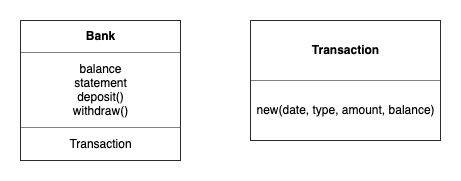
Above: images/crc.png in En-Be/bank-tech-test (draw.io), before the change. Source tidied: cells renumbered, new cells last; positions are measured from the earlier drawing's top-left corner, leaving out a move shared by most shapes.
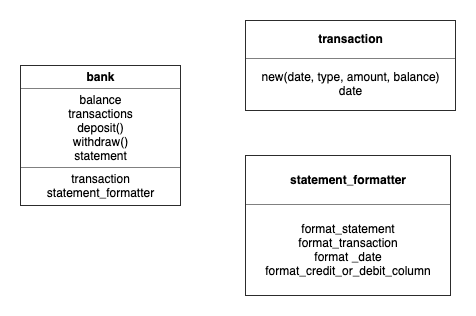
The same diagram one commit later.

What changed in the source:
```diff
@@ -2,11 +2,14 @@
   <root>
     <mxCell id="0" />
     <mxCell id="1" parent="0" />
-    <mxCell id="2" value="&lt;table border=&quot;1&quot; width=&quot;100%&quot; cellpadding=&quot;4&quot; style=&quot;width: 100% ; height: 100% ; border-collapse: collapse&quot;&gt;&lt;tbody&gt;&lt;tr&gt;&lt;th align=&quot;center&quot;&gt;Bank&lt;/th&gt;&lt;/tr&gt;&lt;tr&gt;&lt;td align=&quot;center&quot;&gt;balance&lt;br&gt;statement&lt;br&gt;deposit()&lt;br&gt;withdraw()&lt;/td&gt;&lt;/tr&gt;&lt;tr&gt;&lt;td align=&quot;center&quot;&gt;Transaction&lt;/td&gt;&lt;/tr&gt;&lt;/tbody&gt;&lt;/table&gt;" style="text;html=1;strokeColor=none;fillColor=none;overflow=fill;" parent="1" vertex="1">
-      <mxGeometry width="160" height="140" as="geometry" />
+    <mxCell id="2" value="&lt;table border=&quot;1&quot; width=&quot;100%&quot; cellpadding=&quot;4&quot; style=&quot;width: 100% ; height: 100% ; border-collapse: collapse&quot;&gt;&lt;tbody&gt;&lt;tr&gt;&lt;th align=&quot;center&quot;&gt;bank&lt;/th&gt;&lt;/tr&gt;&lt;tr&gt;&lt;td align=&quot;center&quot;&gt;balance&lt;br&gt;transactions&lt;br&gt;deposit()&lt;br&gt;withdraw()&lt;br&gt;statement&lt;/td&gt;&lt;/tr&gt;&lt;tr&gt;&lt;td align=&quot;center&quot;&gt;transaction&lt;br&gt;statement_formatter&lt;/td&gt;&lt;/tr&gt;&lt;/tbody&gt;&lt;/table&gt;" style="text;html=1;strokeColor=none;fillColor=none;overflow=fill;" parent="1" vertex="1">
+      <mxGeometry x="-10" y="-400" width="160" height="140" as="geometry" />
     </mxCell>
-    <mxCell id="3" value="&lt;table border=&quot;1&quot; width=&quot;100%&quot; cellpadding=&quot;4&quot; style=&quot;width: 100% ; height: 100% ; border-collapse: collapse&quot;&gt;&lt;tbody&gt;&lt;tr&gt;&lt;th align=&quot;center&quot;&gt;&lt;b&gt;Transaction&lt;/b&gt;&lt;/th&gt;&lt;/tr&gt;&lt;tr&gt;&lt;td align=&quot;center&quot;&gt;new(date, type, amount, balance)&lt;/td&gt;&lt;/tr&gt;&lt;/tbody&gt;&lt;/table&gt;" style="text;html=1;strokeColor=none;fillColor=none;overflow=fill;" parent="1" vertex="1">
-      <mxGeometry x="230" width="190" height="120" as="geometry" />
+    <mxCell id="3" value="&lt;table border=&quot;1&quot; width=&quot;100%&quot; cellpadding=&quot;4&quot; style=&quot;width: 100% ; height: 100% ; border-collapse: collapse&quot;&gt;&lt;tbody&gt;&lt;tr&gt;&lt;th align=&quot;center&quot;&gt;&lt;b&gt;transaction&lt;/b&gt;&lt;/th&gt;&lt;/tr&gt;&lt;tr&gt;&lt;td align=&quot;center&quot;&gt;new(date, type, amount, balance)&lt;br&gt;date&lt;/td&gt;&lt;/tr&gt;&lt;/tbody&gt;&lt;/table&gt;" style="text;html=1;strokeColor=none;fillColor=none;overflow=fill;" parent="1" vertex="1">
+      <mxGeometry x="215" y="-445" width="210" height="90" as="geometry" />
     </mxCell>
+    <mxCell id="4" value="&lt;table border=&quot;1&quot; width=&quot;100%&quot; cellpadding=&quot;4&quot; style=&quot;width: 100% ; height: 100% ; border-collapse: collapse&quot;&gt;&lt;tbody&gt;&lt;tr&gt;&lt;th align=&quot;center&quot;&gt;statement_formatter&lt;/th&gt;&lt;/tr&gt;&lt;tr&gt;&lt;td align=&quot;center&quot;&gt;format_statement&lt;br&gt;format_transaction&lt;br&gt;format _date&lt;br&gt;format_credit_or_debit_column&lt;/td&gt;&lt;/tr&gt;&lt;/tbody&gt;&lt;/table&gt;" style="text;html=1;strokeColor=none;fillColor=none;overflow=fill;" parent="1" vertex="1">
+      <mxGeometry x="215" y="-310" width="205" height="140" as="geometry" />
+    </mxCell>
   </root>
 </mxGraphModel>
```
